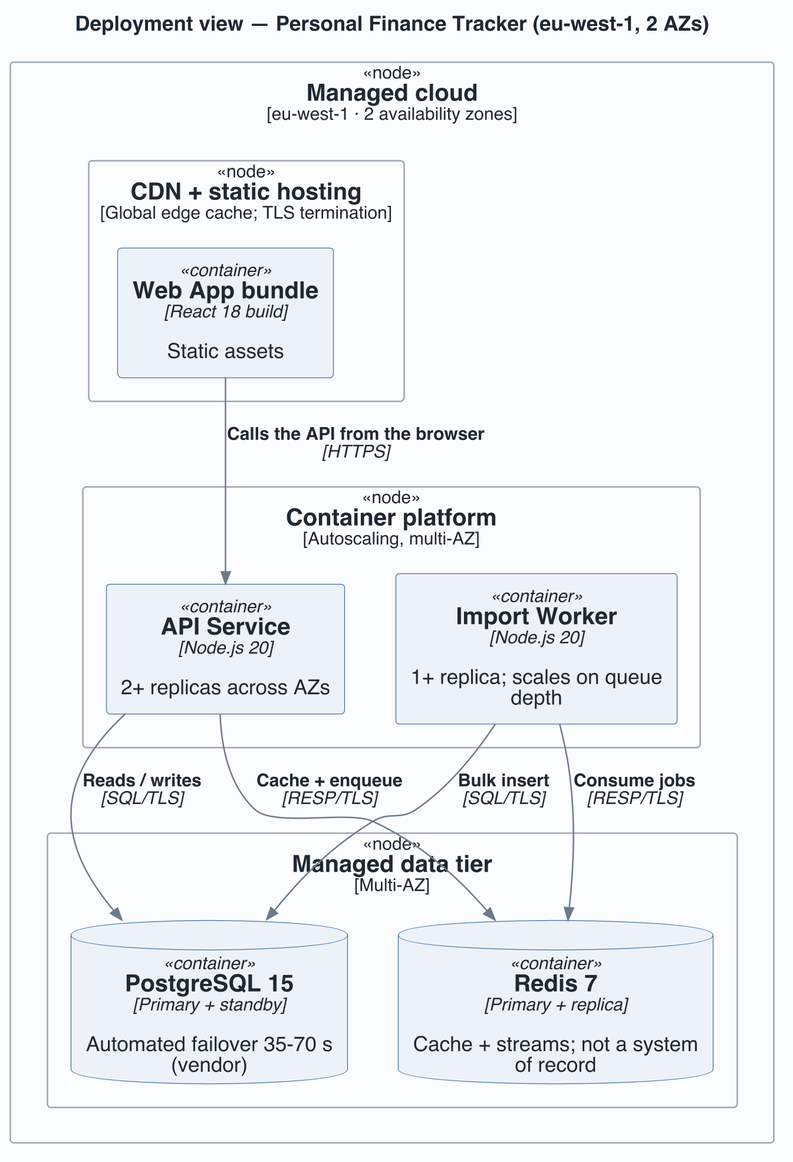
Earlier version of the PlantUML export examples/personal-finance-tracker-plantuml/docs/diagrams/view-allocation-deployment-01.png (rtym/sei-architecture-methodology). Its source is kept beside it as examples/personal-finance-tracker-plantuml/docs/diagrams/view-allocation-deployment-01.puml.
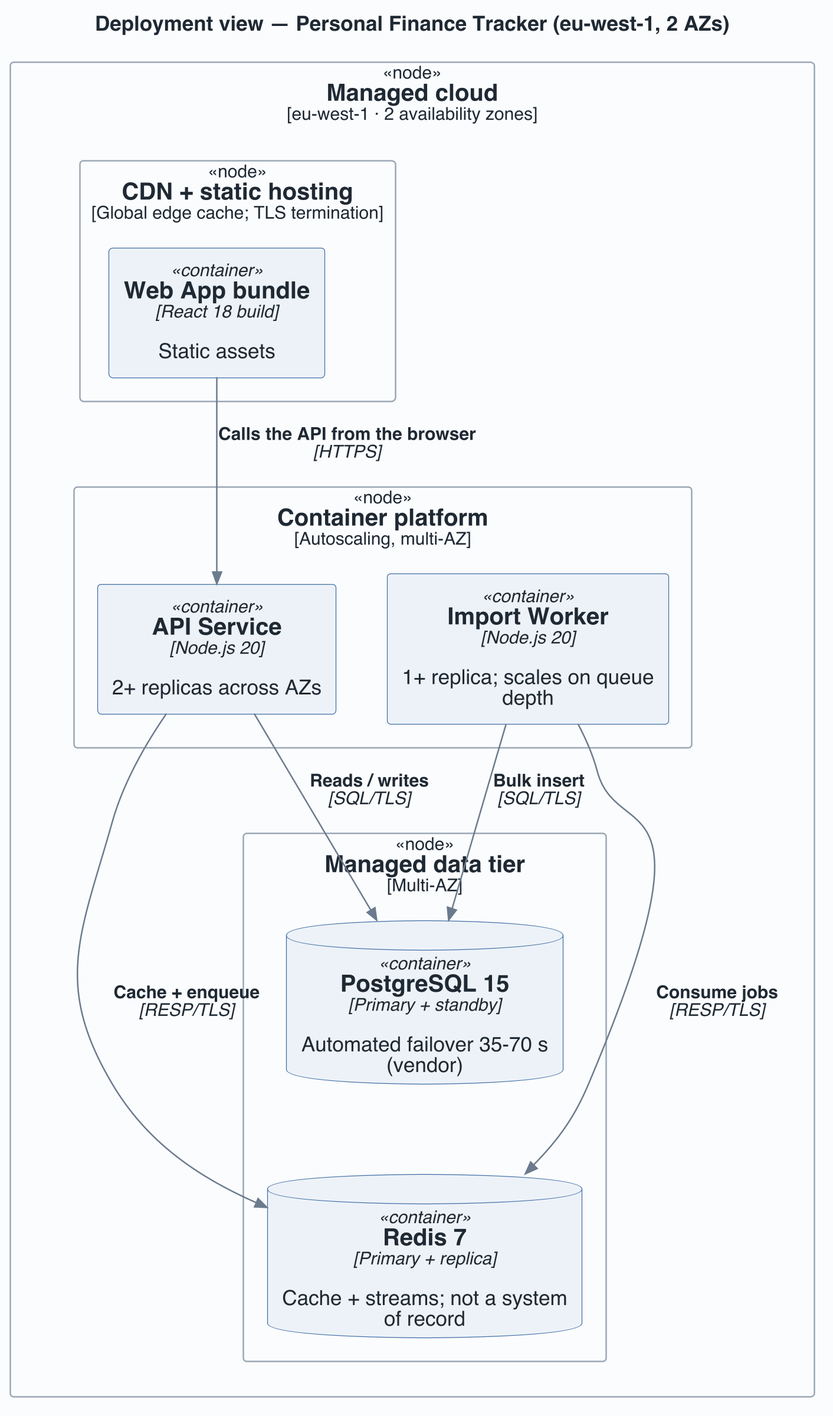
The same file after the commit.

Commit message:
Stack the stores in the PlantUML deployment diagrams; render CI with PlantUML 1.2026.10

What changed in the source:
```diff
@@ -21,4 +21,5 @@
 Rel(api, redis, "Cache + enqueue", "RESP/TLS")
 Rel(worker, redis, "Consume jobs", "RESP/TLS")
 Rel(worker, db, "Bulk insert", "SQL/TLS")
+Lay_D(db, redis)
 @enduml
```
